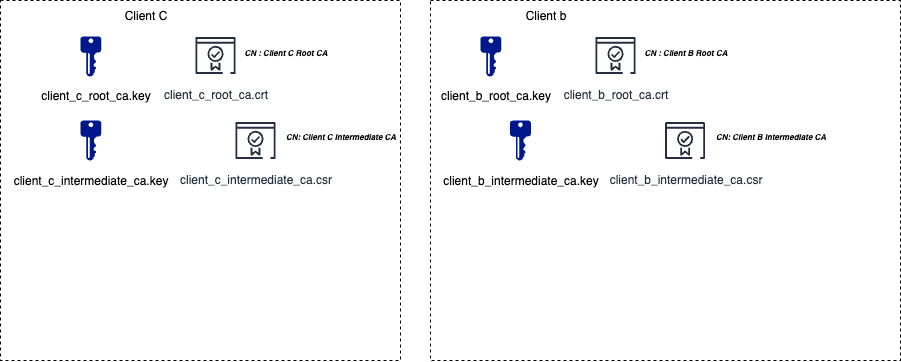
le-moment-it/wiki keeps this draw.io diagram as assets/security/step4.png. Above is the earlier version. Source tidied: cells renumbered, new cells last; positions are measured from the earlier drawing's top-left corner, leaving out a move shared by most shapes. The source it was exported from:
```xml
<mxGraphModel>
  <root>
    <mxCell id="0" />
    <mxCell id="1" parent="0" />
    <mxCell id="2" style="rounded=0;whiteSpace=wrap;html=1;strokeColor=default;fillColor=none;dashed=1;" parent="1" vertex="1">
      <mxGeometry width="400" height="360" as="geometry" />
    </mxCell>
    <mxCell id="3" value="Client C" style="text;html=1;align=center;verticalAlign=middle;strokeColor=none;fillColor=none;" parent="1" vertex="1">
      <mxGeometry x="110" width="70" height="30" as="geometry" />
    </mxCell>
    <mxCell id="4" style="sketch=0;shadow=0;dashed=0;html=1;strokeColor=none;labelPosition=center;verticalLabelPosition=bottom;verticalAlign=top;align=center;fillColor=#00188D;shape=mxgraph.mscae.enterprise.key_permissions;" parent="1" vertex="1">
      <mxGeometry x="80" y="36" width="20.8" height="40" as="geometry" />
    </mxCell>
    <mxCell id="5" value="client_c_root_ca.key" style="text;html=1;align=center;verticalAlign=middle;strokeColor=none;fillColor=none;" parent="1" vertex="1">
      <mxGeometry x="30" y="80" width="130" height="30" as="geometry" />
    </mxCell>
    <mxCell id="6" value="client_c_root_ca.crt" style="sketch=0;fontColor=#232F3E;gradientColor=none;strokeColor=#232F3E;fillColor=#ffffff;dashed=0;verticalLabelPosition=bottom;verticalAlign=top;align=center;html=1;fontSize=12;fontStyle=0;shape=mxgraph.aws4.resourceIcon;resIcon=mxgraph.aws4.certificate_manager_2;" parent="1" vertex="1">
      <mxGeometry x="190" y="30" width="50" height="50" as="geometry" />
    </mxCell>
    <mxCell id="7" value="&lt;font style=&quot;font-size: 8px;&quot;&gt;&lt;i&gt;&lt;b&gt;CN : Client C Root CA&lt;/b&gt;&lt;/i&gt;&lt;/font&gt;" style="text;html=1;align=center;verticalAlign=middle;strokeColor=none;fillColor=none;" parent="1" vertex="1">
      <mxGeometry x="230" y="36" width="110" height="30" as="geometry" />
    </mxCell>
    <mxCell id="8" style="rounded=0;whiteSpace=wrap;html=1;strokeColor=default;fillColor=none;dashed=1;" parent="1" vertex="1">
      <mxGeometry x="430" width="470" height="360" as="geometry" />
    </mxCell>
    <mxCell id="9" value="Client b" style="text;html=1;align=center;verticalAlign=middle;strokeColor=none;fillColor=none;" parent="1" vertex="1">
      <mxGeometry x="515" width="60" height="30" as="geometry" />
    </mxCell>
    <mxCell id="10" style="sketch=0;shadow=0;dashed=0;html=1;strokeColor=none;labelPosition=center;verticalLabelPosition=bottom;verticalAlign=top;align=center;fillColor=#00188D;shape=mxgraph.mscae.enterprise.key_permissions;" parent="1" vertex="1">
      <mxGeometry x="480" y="36" width="20.8" height="40" as="geometry" />
    </mxCell>
    <mxCell id="11" value="client_b_root_ca.key" style="text;html=1;align=center;verticalAlign=middle;strokeColor=none;fillColor=none;" parent="1" vertex="1">
      <mxGeometry x="430" y="80" width="130" height="30" as="geometry" />
    </mxCell>
    <mxCell id="12" value="client_b_root_ca.crt" style="sketch=0;fontColor=#232F3E;gradientColor=none;strokeColor=#232F3E;fillColor=#ffffff;dashed=0;verticalLabelPosition=bottom;verticalAlign=top;align=center;html=1;fontSize=12;fontStyle=0;shape=mxgraph.aws4.resourceIcon;resIcon=mxgraph.aws4.certificate_manager_2;" parent="1" vertex="1">
      <mxGeometry x="590" y="30" width="50" height="50" as="geometry" />
    </mxCell>
    <mxCell id="13" value="&lt;font style=&quot;font-size: 8px;&quot;&gt;&lt;i&gt;&lt;b&gt;CN : Client B Root CA&lt;/b&gt;&lt;/i&gt;&lt;/font&gt;" style="text;html=1;align=center;verticalAlign=middle;strokeColor=none;fillColor=none;" parent="1" vertex="1">
      <mxGeometry x="630" y="36" width="110" height="30" as="geometry" />
    </mxCell>
    <mxCell id="14" style="sketch=0;shadow=0;dashed=0;html=1;strokeColor=none;labelPosition=center;verticalLabelPosition=bottom;verticalAlign=top;align=center;fillColor=#00188D;shape=mxgraph.mscae.enterprise.key_permissions;" parent="1" vertex="1">
      <mxGeometry x="80" y="120" width="20.8" height="40" as="geometry" />
    </mxCell>
    <mxCell id="15" value="client_c_intermediate_ca.key" style="text;html=1;align=center;verticalAlign=middle;strokeColor=none;fillColor=none;" parent="1" vertex="1">
      <mxGeometry x="0.4" y="165" width="180" height="30" as="geometry" />
    </mxCell>
    <mxCell id="16" value="client_c_intermediate_ca.csr" style="sketch=0;fontColor=#232F3E;gradientColor=none;strokeColor=#232F3E;fillColor=#ffffff;dashed=0;verticalLabelPosition=bottom;verticalAlign=top;align=center;html=1;fontSize=12;fontStyle=0;shape=mxgraph.aws4.resourceIcon;resIcon=mxgraph.aws4.certificate_manager_2;" parent="1" vertex="1">
      <mxGeometry x="230" y="115" width="50" height="50" as="geometry" />
    </mxCell>
    <mxCell id="17" value="&lt;span style=&quot;font-size: 8px;&quot;&gt;&lt;b&gt;&lt;i&gt;CN: Client C Intermediate CA&lt;/i&gt;&lt;/b&gt;&lt;/span&gt;" style="text;html=1;align=center;verticalAlign=middle;strokeColor=none;fillColor=none;" parent="1" vertex="1">
      <mxGeometry x="275" y="120" width="130" height="30" as="geometry" />
    </mxCell>
    <mxCell id="18" style="sketch=0;shadow=0;dashed=0;html=1;strokeColor=none;labelPosition=center;verticalLabelPosition=bottom;verticalAlign=top;align=center;fillColor=#00188D;shape=mxgraph.mscae.enterprise.key_permissions;" parent="1" vertex="1">
      <mxGeometry x="509.6" y="120" width="20.8" height="40" as="geometry" />
    </mxCell>
    <mxCell id="19" value="client_b_intermediate_ca.key" style="text;html=1;align=center;verticalAlign=middle;strokeColor=none;fillColor=none;" parent="1" vertex="1">
      <mxGeometry x="430" y="165" width="180" height="30" as="geometry" />
    </mxCell>
    <mxCell id="20" value="client_b_intermediate_ca.csr" style="sketch=0;fontColor=#232F3E;gradientColor=none;strokeColor=#232F3E;fillColor=#ffffff;dashed=0;verticalLabelPosition=bottom;verticalAlign=top;align=center;html=1;fontSize=12;fontStyle=0;shape=mxgraph.aws4.resourceIcon;resIcon=mxgraph.aws4.certificate_manager_2;" parent="1" vertex="1">
      <mxGeometry x="659.6" y="115" width="50" height="50" as="geometry" />
    </mxCell>
    <mxCell id="21" value="&lt;span style=&quot;font-size: 8px;&quot;&gt;&lt;b&gt;&lt;i&gt;CN: Client B Intermediate CA&lt;/i&gt;&lt;/b&gt;&lt;/span&gt;" style="text;html=1;align=center;verticalAlign=middle;strokeColor=none;fillColor=none;" parent="1" vertex="1">
      <mxGeometry x="704.6" y="120" width="130" height="30" as="geometry" />
    </mxCell>
  </root>
</mxGraphModel>
```
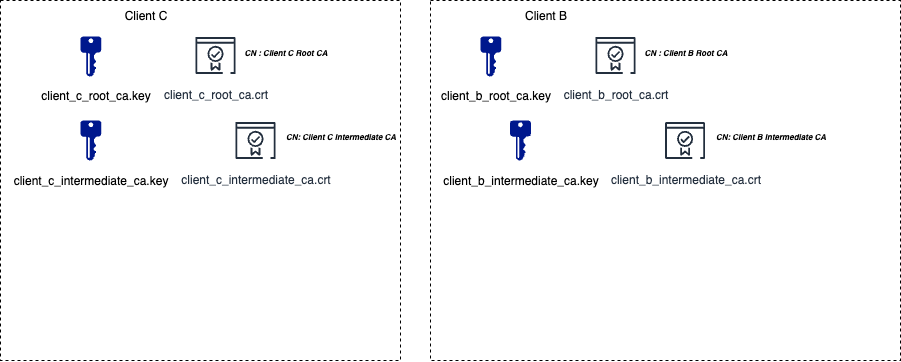
After the change.

What changed in the source:
```diff
@@ -23,8 +23,8 @@
     <mxCell id="8" style="rounded=0;whiteSpace=wrap;html=1;strokeColor=default;fillColor=none;dashed=1;" parent="1" vertex="1">
       <mxGeometry x="430" width="470" height="360" as="geometry" />
     </mxCell>
-    <mxCell id="9" value="Client b" style="text;html=1;align=center;verticalAlign=middle;strokeColor=none;fillColor=none;" parent="1" vertex="1">
-      <mxGeometry x="515" width="60" height="30" as="geometry" />
+    <mxCell id="9" value="Client B" style="text;html=1;align=center;verticalAlign=middle;strokeColor=none;fillColor=none;" parent="1" vertex="1">
+      <mxGeometry x="510" width="70" height="30" as="geometry" />
     </mxCell>
     <mxCell id="10" style="sketch=0;shadow=0;dashed=0;html=1;strokeColor=none;labelPosition=center;verticalLabelPosition=bottom;verticalAlign=top;align=center;fillColor=#00188D;shape=mxgraph.mscae.enterprise.key_permissions;" parent="1" vertex="1">
       <mxGeometry x="480" y="36" width="20.8" height="40" as="geometry" />
@@ -44,7 +44,7 @@
     <mxCell id="15" value="client_c_intermediate_ca.key" style="text;html=1;align=center;verticalAlign=middle;strokeColor=none;fillColor=none;" parent="1" vertex="1">
       <mxGeometry x="0.4" y="165" width="180" height="30" as="geometry" />
     </mxCell>
-    <mxCell id="16" value="client_c_intermediate_ca.csr" style="sketch=0;fontColor=#232F3E;gradientColor=none;strokeColor=#232F3E;fillColor=#ffffff;dashed=0;verticalLabelPosition=bottom;verticalAlign=top;align=center;html=1;fontSize=12;fontStyle=0;shape=mxgraph.aws4.resourceIcon;resIcon=mxgraph.aws4.certificate_manager_2;" parent="1" vertex="1">
+    <mxCell id="16" value="client_c_intermediate_ca.crt" style="sketch=0;fontColor=#232F3E;gradientColor=none;strokeColor=#232F3E;fillColor=#ffffff;dashed=0;verticalLabelPosition=bottom;verticalAlign=top;align=center;html=1;fontSize=12;fontStyle=0;shape=mxgraph.aws4.resourceIcon;resIcon=mxgraph.aws4.certificate_manager_2;" parent="1" vertex="1">
       <mxGeometry x="230" y="115" width="50" height="50" as="geometry" />
     </mxCell>
     <mxCell id="17" value="&lt;span style=&quot;font-size: 8px;&quot;&gt;&lt;b&gt;&lt;i&gt;CN: Client C Intermediate CA&lt;/i&gt;&lt;/b&gt;&lt;/span&gt;" style="text;html=1;align=center;verticalAlign=middle;strokeColor=none;fillColor=none;" parent="1" vertex="1">
@@ -56,7 +56,7 @@
     <mxCell id="19" value="client_b_intermediate_ca.key" style="text;html=1;align=center;verticalAlign=middle;strokeColor=none;fillColor=none;" parent="1" vertex="1">
       <mxGeometry x="430" y="165" width="180" height="30" as="geometry" />
     </mxCell>
-    <mxCell id="20" value="client_b_intermediate_ca.csr" style="sketch=0;fontColor=#232F3E;gradientColor=none;strokeColor=#232F3E;fillColor=#ffffff;dashed=0;verticalLabelPosition=bottom;verticalAlign=top;align=center;html=1;fontSize=12;fontStyle=0;shape=mxgraph.aws4.resourceIcon;resIcon=mxgraph.aws4.certificate_manager_2;" parent="1" vertex="1">
+    <mxCell id="20" value="client_b_intermediate_ca.crt" style="sketch=0;fontColor=#232F3E;gradientColor=none;strokeColor=#232F3E;fillColor=#ffffff;dashed=0;verticalLabelPosition=bottom;verticalAlign=top;align=center;html=1;fontSize=12;fontStyle=0;shape=mxgraph.aws4.resourceIcon;resIcon=mxgraph.aws4.certificate_manager_2;" parent="1" vertex="1">
       <mxGeometry x="659.6" y="115" width="50" height="50" as="geometry" />
     </mxCell>
     <mxCell id="21" value="&lt;span style=&quot;font-size: 8px;&quot;&gt;&lt;b&gt;&lt;i&gt;CN: Client B Intermediate CA&lt;/i&gt;&lt;/b&gt;&lt;/span&gt;" style="text;html=1;align=center;verticalAlign=middle;strokeColor=none;fillColor=none;" parent="1" vertex="1">
```
